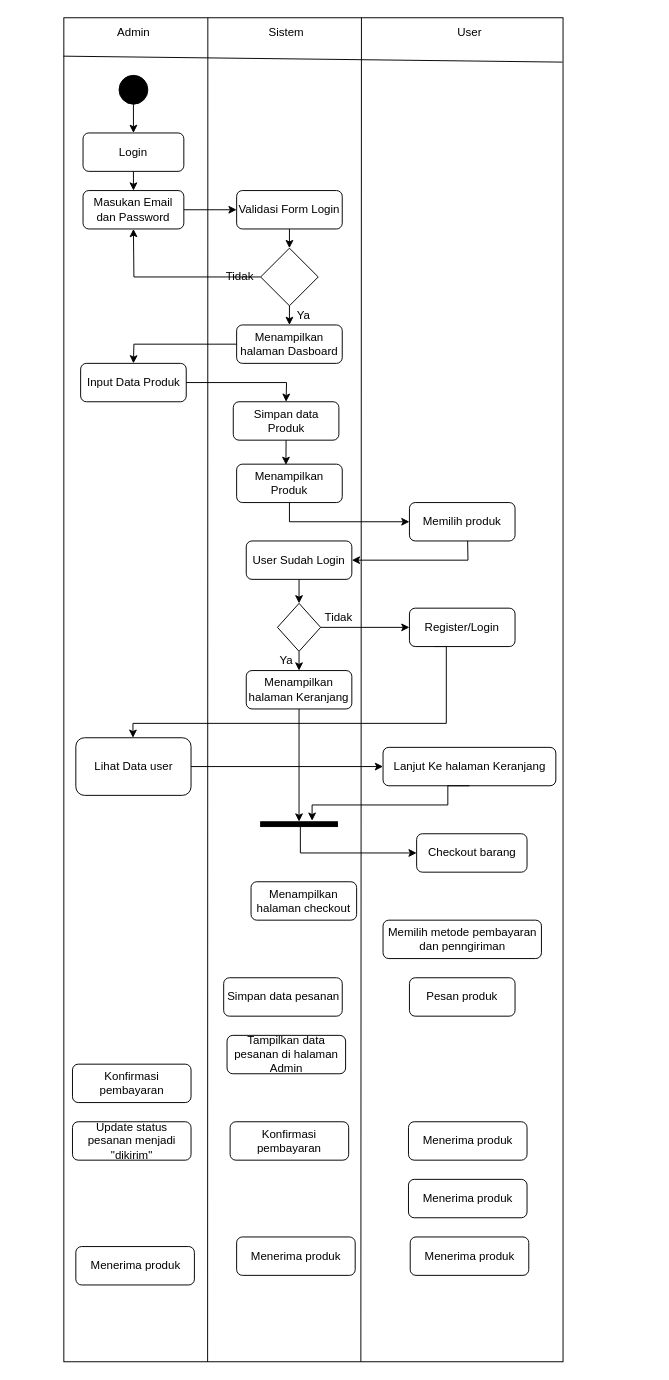
Earlier version of the draw.io diagram Diagram Tanpa Judul.drawio (NesyaAllysaPutri/tutorNesya). Source tidied: cells renumbered, new cells numbered last; positions are measured from the earlier drawing's top-left corner, leaving out a move shared by most shapes. Both pictures are drawn from the tidied source at 96%, with x=0, y=0 at pixel (63, 17).
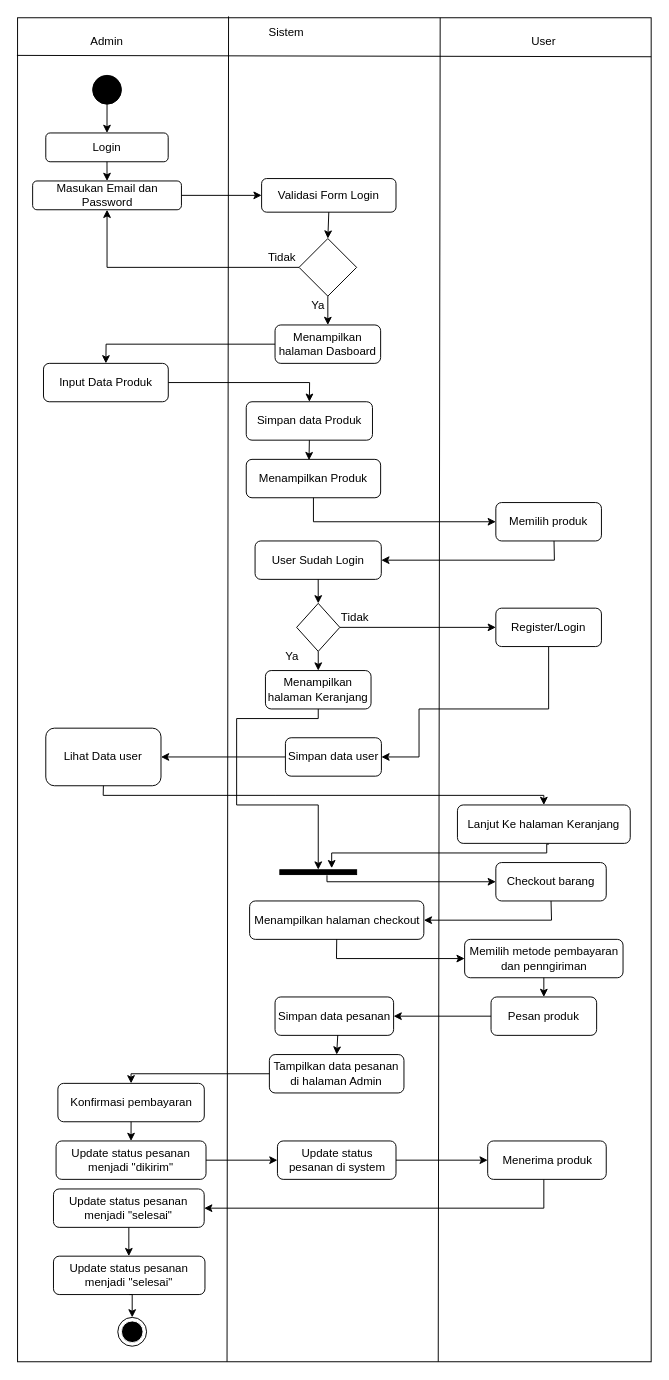
The same diagram, later.

What changed in the source:
```diff
@@
     <mxCell id="2" style="rounded=0;whiteSpace=wrap;html=1;" parent="1" vertex="1">
-      <mxGeometry width="520" height="1400" as="geometry" />
+      <mxGeometry x="-48.2" width="660" height="1400" as="geometry" />
     </mxCell>
     <mxCell id="3" value="User" style="text;html=1;align=center;verticalAlign=middle;whiteSpace=wrap;rounded=0;" parent="1" vertex="1">
-      <mxGeometry x="392.5" width="60" height="30" as="geometry" />
+      <mxGeometry x="470" y="10" width="60" height="30" as="geometry" />
     </mxCell>
     <mxCell id="4" value="Admin" style="text;html=1;align=center;verticalAlign=middle;whiteSpace=wrap;rounded=0;" parent="1" vertex="1">
-      <mxGeometry x="42.5" width="60" height="30" as="geometry" />
+      <mxGeometry x="15" y="10" width="60" height="30" as="geometry" />
     </mxCell>
@@
-    <mxCell id="6" style="endArrow=none;html=1;rounded=0;entryX=0.262;entryY=-0.002;entryDx=0;entryDy=0;entryPerimeter=0;exitX=0.595;exitY=1;exitDx=0;exitDy=0;exitPerimeter=0;" parent="1" edge="1" source="2">
+    <mxCell id="6" style="endArrow=none;html=1;rounded=0;entryX=0.667;entryY=0;entryDx=0;entryDy=0;entryPerimeter=0;" parent="1" edge="1" target="2">
       <mxGeometry relative="1" as="geometry">
-        <mxPoint x="310" as="targetPoint" />
+        <mxPoint x="390" y="1400" as="sourcePoint" />
       </mxGeometry>
     </mxCell>
-    <mxCell id="7" style="endArrow=none;html=1;rounded=0;exitX=0.288;exitY=1;exitDx=0;exitDy=0;exitPerimeter=0;" parent="1" edge="1" source="2">
+    <mxCell id="7" style="endArrow=none;html=1;rounded=0;entryX=0.333;entryY=-0.001;entryDx=0;entryDy=0;entryPerimeter=0;" parent="1" edge="1" target="2">
       <mxGeometry relative="1" as="geometry">
-        <mxPoint x="150" as="targetPoint" />
+        <mxPoint x="170" y="1400" as="sourcePoint" />
       </mxGeometry>
     </mxCell>
-    <mxCell id="8" style="endArrow=none;html=1;rounded=0;exitX=-0.001;exitY=0.083;exitDx=0;exitDy=0;exitPerimeter=0;entryX=0.999;entryY=0.033;entryDx=0;entryDy=0;entryPerimeter=0;" parent="1" edge="1" target="2">
-      <mxGeometry relative="1" as="geometry">
-        <mxPoint x="-0.5" y="40" as="sourcePoint" />
-      </mxGeometry>
+    <mxCell id="8" style="endArrow=none;html=1;rounded=0;exitX=-0.001;exitY=0.028;exitDx=0;exitDy=0;exitPerimeter=0;entryX=1;entryY=0.029;entryDx=0;entryDy=0;entryPerimeter=0;" parent="1" edge="1" source="2" target="2">
+      <mxGeometry relative="1" as="geometry" />
     </mxCell>
     <mxCell id="9" style="ellipse;whiteSpace=wrap;html=1;fillColor=#000000;" parent="1" vertex="1">
-      <mxGeometry x="57.5" y="60" width="30" height="30" as="geometry" />
+      <mxGeometry x="30" y="60" width="30" height="30" as="geometry" />
     </mxCell>
@@
     <mxCell id="11" value="Login" style="rounded=1;whiteSpace=wrap;html=1;" parent="1" vertex="1">
-      <mxGeometry x="20" y="120" width="105" height="40" as="geometry" />
+      <mxGeometry x="-18.8" y="120" width="127.5" height="30" as="geometry" />
     </mxCell>
     <mxCell id="12" value="Masukan Email dan Password" style="rounded=1;whiteSpace=wrap;html=1;" parent="1" vertex="1">
-      <mxGeometry x="20" y="180" width="105" height="40" as="geometry" />
+      <mxGeometry x="-32.5" y="170" width="155" height="30" as="geometry" />
     </mxCell>
     <mxCell id="13" value="Validasi Form Login" style="rounded=1;whiteSpace=wrap;html=1;" parent="1" vertex="1">
-      <mxGeometry x="180" y="180" width="110" height="40" as="geometry" />
+      <mxGeometry x="206" y="167.5" width="140" height="35" as="geometry" />
     </mxCell>
     <mxCell id="14" style="rhombus;whiteSpace=wrap;html=1;" parent="1" vertex="1">
-      <mxGeometry x="205" y="240" width="60" height="60" as="geometry" />
+      <mxGeometry x="245" y="230" width="60" height="60" as="geometry" />
     </mxCell>
@@
-    <mxCell id="16" style="endArrow=classic;html=1;rounded=0;exitX=1;exitY=0.5;exitDx=0;exitDy=0;" parent="1" edge="1" source="12">
-      <mxGeometry relative="1" as="geometry">
-        <mxPoint x="180" y="200" as="targetPoint" />
-      </mxGeometry>
+    <mxCell id="16" style="endArrow=classic;html=1;rounded=0;exitX=1;exitY=0.5;exitDx=0;exitDy=0;entryX=0;entryY=0.5;entryDx=0;entryDy=0;" parent="1" edge="1" source="12" target="13">
+      <mxGeometry relative="1" as="geometry" />
     </mxCell>
@@
     <mxCell id="18" style="endArrow=classic;html=1;rounded=0;exitX=0;exitY=0.5;exitDx=0;exitDy=0;entryX=0.5;entryY=1;entryDx=0;entryDy=0;" parent="1" edge="1" source="14" target="12">
       <mxGeometry relative="1" as="geometry">
         <Array as="points">
-          <mxPoint x="73" y="270" />
+          <mxPoint x="45" y="260" />
         </Array>
       </mxGeometry>
     </mxCell>
@@
     <mxCell id="20" value="Menampilkan halaman Dasboard" style="rounded=1;whiteSpace=wrap;html=1;" parent="1" vertex="1">
-      <mxGeometry x="180" y="320" width="110" height="40" as="geometry" />
+      <mxGeometry x="220" y="320" width="110" height="40" as="geometry" />
     </mxCell>
     <mxCell id="21" value="Ya" style="text;html=1;align=center;verticalAlign=middle;whiteSpace=wrap;rounded=0;" parent="1" vertex="1">
-      <mxGeometry x="235" y="300" width="30" height="20" as="geometry" />
+      <mxGeometry x="250" y="290" width="30" height="20" as="geometry" />
     </mxCell>
     <mxCell id="22" value="Tidak" style="text;html=1;align=center;verticalAlign=middle;whiteSpace=wrap;rounded=0;" parent="1" vertex="1">
-      <mxGeometry x="170" y="260" width="27" height="20" as="geometry" />
+      <mxGeometry x="214.1" y="240" width="27" height="20" as="geometry" />
     </mxCell>
     <mxCell id="23" value="Input Data Produk" style="rounded=1;whiteSpace=wrap;html=1;" parent="1" vertex="1">
-      <mxGeometry x="17.5" y="360" width="110" height="40" as="geometry" />
+      <mxGeometry x="-21.2" y="360" width="130" height="40" as="geometry" />
     </mxCell>
     <mxCell id="24" value="Simpan data Produk" style="rounded=1;whiteSpace=wrap;html=1;" parent="1" vertex="1">
-      <mxGeometry x="176.5" y="400" width="110" height="40" as="geometry" />
+      <mxGeometry x="190" y="400" width="131.5" height="40" as="geometry" />
     </mxCell>
     <mxCell id="25" value="Menampilkan Produk" style="rounded=1;whiteSpace=wrap;html=1;" parent="1" vertex="1">
-      <mxGeometry x="180" y="465" width="110" height="40" as="geometry" />
+      <mxGeometry x="190" y="460" width="140" height="40" as="geometry" />
     </mxCell>
     <mxCell id="26" value="Memilih produk" style="rounded=1;whiteSpace=wrap;html=1;" parent="1" vertex="1">
-      <mxGeometry x="360" y="505" width="110" height="40" as="geometry" />
+      <mxGeometry x="450" y="505" width="110" height="40" as="geometry" />
     </mxCell>
     <mxCell id="27" value="User Sudah Login" style="rounded=1;whiteSpace=wrap;html=1;" parent="1" vertex="1">
-      <mxGeometry x="190" y="545" width="110" height="40" as="geometry" />
+      <mxGeometry x="199.2" y="545" width="131.5" height="40" as="geometry" />
     </mxCell>
     <mxCell id="28" style="endArrow=classic;html=1;rounded=0;exitX=0;exitY=0.5;exitDx=0;exitDy=0;entryX=0.5;entryY=0;entryDx=0;entryDy=0;" parent="1" edge="1" source="20" target="23">
       <mxGeometry relative="1" as="geometry">
         <Array as="points">
-          <mxPoint x="73" y="340" />
+          <mxPoint x="44" y="340" />
         </Array>
       </mxGeometry>
     </mxCell>
     <mxCell id="29" style="endArrow=classic;html=1;rounded=0;entryX=0;entryY=0.5;entryDx=0;entryDy=0;exitX=0.5;exitY=1;exitDx=0;exitDy=0;" parent="1" edge="1" source="25" target="26">
       <mxGeometry relative="1" as="geometry">
         <Array as="points">
-          <mxPoint x="235" y="525" />
+          <mxPoint x="260" y="525" />
         </Array>
       </mxGeometry>
     </mxCell>
-    <mxCell id="30" style="edgeStyle=orthogonalEdgeStyle;rounded=0;orthogonalLoop=1;jettySize=auto;html=1;exitX=0.5;exitY=1;exitDx=0;exitDy=0;" parent="1" edge="1">
+    <mxCell id="30" style="edgeStyle=orthogonalEdgeStyle;rounded=0;jettySize=auto;html=1;exitX=0.5;exitY=1;exitDx=0;exitDy=0;entryX=1;entryY=0.5;entryDx=0;entryDy=0;" parent="1" edge="1" source="31" target="78">
       <mxGeometry relative="1" as="geometry">
-        <mxPoint x="385.4" y="655" as="sourcePoint" />
-        <mxPoint x="72" y="750" as="targetPoint" />
         <Array as="points">
-          <mxPoint x="398.4" y="655" />
-          <mxPoint x="398.4" y="735" />
-          <mxPoint x="71.4" y="735" />
+          <mxPoint x="505" y="720" />
+          <mxPoint x="370" y="720" />
+          <mxPoint x="370" y="770" />
         </Array>
       </mxGeometry>
     </mxCell>
     <mxCell id="31" value="Register/Login" style="rounded=1;whiteSpace=wrap;html=1;" parent="1" vertex="1">
-      <mxGeometry x="360" y="615" width="110" height="40" as="geometry" />
+      <mxGeometry x="450" y="615" width="110" height="40" as="geometry" />
     </mxCell>
     <mxCell id="32" value="Menampilkan halaman Keranjang" style="rounded=1;whiteSpace=wrap;html=1;" parent="1" vertex="1">
-      <mxGeometry x="190" y="680" width="110" height="40" as="geometry" />
+      <mxGeometry x="210" y="680" width="110" height="40" as="geometry" />
     </mxCell>
@@
     <mxCell id="34" style="endArrow=classic;html=1;rounded=0;entryX=1;entryY=0.5;entryDx=0;entryDy=0;exitX=0.551;exitY=1;exitDx=0;exitDy=0;exitPerimeter=0;" parent="1" edge="1" source="26" target="27">
       <mxGeometry relative="1" as="geometry">
         <Array as="points">
+          <mxPoint x="511" y="565" />
           <mxPoint x="421" y="565" />
         </Array>
       </mxGeometry>
     </mxCell>
     <mxCell id="35" value="Memilih metode pembayaran dan penngiriman" style="rounded=1;whiteSpace=wrap;html=1;" parent="1" vertex="1">
-      <mxGeometry x="332.5" y="940" width="165" height="40" as="geometry" />
+      <mxGeometry x="417.5" y="960" width="165" height="40" as="geometry" />
     </mxCell>
     <mxCell id="36" value="Pesan produk" style="rounded=1;whiteSpace=wrap;html=1;" parent="1" vertex="1">
-      <mxGeometry x="360" y="1000" width="110" height="40" as="geometry" />
+      <mxGeometry x="445" y="1020" width="110" height="40" as="geometry" />
     </mxCell>
     <mxCell id="37" value="Simpan data pesanan" style="rounded=1;whiteSpace=wrap;html=1;" parent="1" vertex="1">
-      <mxGeometry x="166.5" y="1000" width="123.5" height="40" as="geometry" />
+      <mxGeometry x="220" y="1020" width="123.5" height="40" as="geometry" />
     </mxCell>
     <mxCell id="38" value="Menampilkan halaman checkout" style="rounded=1;whiteSpace=wrap;html=1;" parent="1" vertex="1">
-      <mxGeometry x="195" y="900" width="110" height="40" as="geometry" />
+      <mxGeometry x="193.5" y="920" width="181.5" height="40" as="geometry" />
     </mxCell>
     <mxCell id="39" style="rhombus;whiteSpace=wrap;html=1;" parent="1" vertex="1">
-      <mxGeometry x="222.5" y="610" width="45" height="50" as="geometry" />
+      <mxGeometry x="242.5" y="610" width="45" height="50" as="geometry" />
     </mxCell>
-    <mxCell id="40" style="endArrow=classic;html=1;rounded=0;exitX=0.5;exitY=1;exitDx=0;exitDy=0;" parent="1" edge="1" source="27">
-      <mxGeometry relative="1" as="geometry">
-        <mxPoint x="245" y="610" as="targetPoint" />
-      </mxGeometry>
+    <mxCell id="40" style="endArrow=classic;html=1;rounded=0;exitX=0.5;exitY=1;exitDx=0;exitDy=0;entryX=0.5;entryY=0;entryDx=0;entryDy=0;" parent="1" edge="1" source="27" target="39">
+      <mxGeometry relative="1" as="geometry" />
     </mxCell>
     <mxCell id="41" value="Ya" style="text;html=1;align=center;verticalAlign=middle;whiteSpace=wrap;rounded=0;" parent="1" vertex="1">
-      <mxGeometry x="216.5" y="660" width="30" height="20" as="geometry" />
+      <mxGeometry x="222.5" y="655" width="30" height="20" as="geometry" />
     </mxCell>
     <mxCell id="42" value="Tidak" style="text;html=1;align=center;verticalAlign=middle;whiteSpace=wrap;rounded=0;" parent="1" vertex="1">
-      <mxGeometry x="273" y="615" width="27" height="20" as="geometry" />
+      <mxGeometry x="290" y="615" width="27" height="20" as="geometry" />
     </mxCell>
@@
     <mxCell id="44" style="html=1;points=[];perimeter=orthogonalPerimeter;fillColor=strokeColor;rotation=90;" parent="1" vertex="1">
-      <mxGeometry x="242.5" y="800" width="5" height="80" as="geometry" />
+      <mxGeometry x="262.5" y="850" width="5" height="80" as="geometry" />
     </mxCell>
-    <mxCell id="45" style="edgeStyle=orthogonalEdgeStyle;rounded=0;jettySize=auto;html=1;" parent="1" edge="1" source="46" target="49">
-      <mxGeometry relative="1" as="geometry" />
-    </mxCell>
     <mxCell id="46" value="Lihat Data user" style="whiteSpace=wrap;html=1;rounded=1;" parent="1" vertex="1">
-      <mxGeometry x="12.5" y="750" width="120" height="60" as="geometry" />
+      <mxGeometry x="-18.8" y="740" width="120" height="60" as="geometry" />
     </mxCell>
     <mxCell id="47" value="Checkout barang" style="whiteSpace=wrap;html=1;rounded=1;" parent="1" vertex="1">
-      <mxGeometry x="367.5" y="850" width="115" height="40" as="geometry" />
+      <mxGeometry x="450" y="880" width="115" height="40" as="geometry" />
     </mxCell>
@@
     <mxCell id="49" value="Lanjut Ke halaman Keranjang" style="whiteSpace=wrap;html=1;rounded=1;" parent="1" vertex="1">
-      <mxGeometry x="332.5" y="760" width="180" height="40" as="geometry" />
+      <mxGeometry x="410" y="820" width="180" height="40" as="geometry" />
     </mxCell>
     <mxCell id="50" style="edgeStyle=orthogonalEdgeStyle;rounded=0;jettySize=auto;html=1;exitX=0.5;exitY=1;exitDx=0;exitDy=0;entryX=-0.039;entryY=0.5;entryDx=0;entryDy=0;entryPerimeter=0;" parent="1" edge="1" source="32" target="44">
-      <mxGeometry relative="1" as="geometry" />
+      <mxGeometry relative="1" as="geometry">
+        <Array as="points">
+          <mxPoint x="265" y="730" />
+          <mxPoint x="180" y="730" />
+          <mxPoint x="180" y="820" />
+          <mxPoint x="265" y="820" />
+        </Array>
+      </mxGeometry>
     </mxCell>
-    <mxCell id="51" style="edgeStyle=orthogonalEdgeStyle;rounded=0;jettySize=auto;html=1;entryX=-0.213;entryY=0.33;entryDx=0;entryDy=0;entryPerimeter=0;exitX=0.5;exitY=1;exitDx=0;exitDy=0;" parent="1" edge="1" source="49" target="44">
+    <mxCell id="51" style="edgeStyle=orthogonalEdgeStyle;rounded=0;jettySize=auto;html=1;entryX=-0.326;entryY=0.325;entryDx=0;entryDy=0;entryPerimeter=0;exitX=0.529;exitY=1.02;exitDx=0;exitDy=0;exitPerimeter=0;" parent="1" edge="1" source="49" target="44">
       <mxGeometry relative="1" as="geometry">
         <Array as="points">
-          <mxPoint x="400" y="820" />
-          <mxPoint x="259" y="820" />
+          <mxPoint x="503" y="861" />
+          <mxPoint x="503" y="870" />
+          <mxPoint x="279" y="870" />
         </Array>
       </mxGeometry>
     </mxCell>
-    <mxCell id="52" style="edgeStyle=orthogonalEdgeStyle;rounded=0;jettySize=auto;html=1;exitX=0.833;exitY=0.483;exitDx=0;exitDy=0;entryX=0;entryY=0.5;entryDx=0;entryDy=0;exitPerimeter=0;" parent="1" edge="1" source="44" target="47">
-      <mxGeometry relative="1" as="geometry" />
+    <mxCell id="52" style="edgeStyle=orthogonalEdgeStyle;rounded=0;jettySize=auto;html=1;exitX=1.145;exitY=0.386;exitDx=0;exitDy=0;entryX=0;entryY=0.5;entryDx=0;entryDy=0;exitPerimeter=0;" parent="1" edge="1" source="44" target="47">
+      <mxGeometry relative="1" as="geometry">
+        <Array as="points">
+          <mxPoint x="274" y="900" />
+        </Array>
+      </mxGeometry>
     </mxCell>
     <mxCell id="53" style="endArrow=classic;html=1;rounded=0;exitX=1;exitY=0.5;exitDx=0;exitDy=0;entryX=0.5;entryY=0;entryDx=0;entryDy=0;" parent="1" edge="1" source="23" target="24">
       <mxGeometry relative="1" as="geometry">
         <Array as="points">
-          <mxPoint x="232" y="380" />
+          <mxPoint x="256" y="380" />
         </Array>
       </mxGeometry>
     </mxCell>
     <mxCell id="54" value="Tampilkan data pesanan di halaman Admin" style="rounded=1;whiteSpace=wrap;html=1;" parent="1" vertex="1">
-      <mxGeometry x="170" y="1060" width="123.5" height="40" as="geometry" />
+      <mxGeometry x="214.1" y="1080" width="140.2" height="40" as="geometry" />
     </mxCell>
     <mxCell id="55" value="Konfirmasi pembayaran" style="rounded=1;whiteSpace=wrap;html=1;" parent="1" vertex="1">
-      <mxGeometry x="9" y="1090" width="123.5" height="40" as="geometry" />
+      <mxGeometry x="-6.2" y="1110" width="152.5" height="40" as="geometry" />
     </mxCell>
+    <mxCell id="63" style="edgeStyle=orthogonalEdgeStyle;rounded=0;jettySize=auto;html=1;" parent="1" edge="1" source="56" target="57">
+      <mxGeometry relative="1" as="geometry" />
+    </mxCell>
     <mxCell id="56" value="Update status pesanan menjadi &quot;dikirim&quot;" style="rounded=1;whiteSpace=wrap;html=1;" parent="1" vertex="1">
-      <mxGeometry x="9" y="1150" width="123.5" height="40" as="geometry" />
+      <mxGeometry x="-8.1" y="1170" width="156.2" height="40" as="geometry" />
     </mxCell>
+    <mxCell id="64" style="edgeStyle=orthogonalEdgeStyle;rounded=0;jettySize=auto;html=1;" parent="1" edge="1" source="57" target="58">
+      <mxGeometry relative="1" as="geometry" />
+    </mxCell>
-    <mxCell id="57" value="Konfirmasi pembayaran" style="rounded=1;whiteSpace=wrap;html=1;" parent="1" vertex="1">
-      <mxGeometry x="173.2" y="1150" width="123.5" height="40" as="geometry" />
+    <mxCell id="57" value="Update status pesanan di system" style="rounded=1;whiteSpace=wrap;html=1;" parent="1" vertex="1">
+      <mxGeometry x="222.5" y="1170" width="123.5" height="40" as="geometry" />
     </mxCell>
+    <mxCell id="65" style="edgeStyle=orthogonalEdgeStyle;rounded=0;jettySize=auto;html=1;entryX=1;entryY=0.5;entryDx=0;entryDy=0;" parent="1" edge="1" source="58" target="62">
+      <mxGeometry relative="1" as="geometry">
+        <Array as="points">
+          <mxPoint x="500" y="1240" />
+        </Array>
+      </mxGeometry>
+    </mxCell>
     <mxCell id="58" value="Menerima produk" style="rounded=1;whiteSpace=wrap;html=1;" parent="1" vertex="1">
-      <mxGeometry x="359" y="1150" width="123.5" height="40" as="geometry" />
+      <mxGeometry x="441.5" y="1170" width="123.5" height="40" as="geometry" />
     </mxCell>
-    <mxCell id="59" value="Menerima produk" style="rounded=1;whiteSpace=wrap;html=1;" parent="1" vertex="1">
-      <mxGeometry x="359" y="1210" width="123.5" height="40" as="geometry" />
-    </mxCell>
-    <mxCell id="60" value="Menerima produk" style="rounded=1;whiteSpace=wrap;html=1;" parent="1" vertex="1">
-      <mxGeometry x="360.8" y="1270" width="123.5" height="40" as="geometry" />
-    </mxCell>
-    <mxCell id="61" value="Menerima produk" style="rounded=1;whiteSpace=wrap;html=1;" parent="1" vertex="1">
-      <mxGeometry x="180" y="1270" width="123.5" height="40" as="geometry" />
-    </mxCell>
+    <mxCell id="66" style="edgeStyle=orthogonalEdgeStyle;rounded=0;jettySize=auto;html=1;" parent="1" edge="1" source="62" target="67">
+      <mxGeometry relative="1" as="geometry">
+        <Array as="points">
+          <mxPoint x="68" y="1260" />
+          <mxPoint x="68" y="1260" />
+        </Array>
+      </mxGeometry>
+    </mxCell>
-    <mxCell id="62" value="Menerima produk" style="rounded=1;whiteSpace=wrap;html=1;" parent="1" vertex="1">
-      <mxGeometry x="12.5" y="1280" width="123.5" height="40" as="geometry" />
+    <mxCell id="62" value="Update status pesanan menjadi &quot;selesai&quot;" style="rounded=1;whiteSpace=wrap;html=1;" parent="1" vertex="1">
+      <mxGeometry x="-10.8" y="1220" width="157" height="40" as="geometry" />
     </mxCell>
+    <mxCell id="67" value="Update status pesanan menjadi &quot;selesai&quot;" style="rounded=1;whiteSpace=wrap;html=1;" parent="1" vertex="1">
+      <mxGeometry x="-10.8" y="1290" width="157.8" height="40" as="geometry" />
+    </mxCell>
+    <mxCell id="68" style="ellipse;whiteSpace=wrap;html=1;fillColor=#FFFFFF;" parent="1" vertex="1">
+      <mxGeometry x="56.2" y="1353.8" width="30" height="30" as="geometry" />
+    </mxCell>
+    <mxCell id="69" style="ellipse;whiteSpace=wrap;html=1;fillColor=#000000;strokeColor=#FFFFFF;" parent="1" vertex="1">
+      <mxGeometry x="60" y="1357.5" width="22.5" height="22.5" as="geometry" />
+    </mxCell>
+    <mxCell id="70" style="endArrow=classic;html=1;rounded=0;entryX=1;entryY=0.5;entryDx=0;entryDy=0;exitX=0.5;exitY=1;exitDx=0;exitDy=0;" parent="1" edge="1" source="47" target="38">
+      <mxGeometry relative="1" as="geometry">
+        <Array as="points">
+          <mxPoint x="508" y="940" />
+        </Array>
+      </mxGeometry>
+    </mxCell>
+    <mxCell id="71" style="endArrow=classic;html=1;rounded=0;entryX=0;entryY=0.5;entryDx=0;entryDy=0;exitX=0.5;exitY=1;exitDx=0;exitDy=0;" parent="1" edge="1" source="38" target="35">
+      <mxGeometry relative="1" as="geometry">
+        <Array as="points">
+          <mxPoint x="284" y="980" />
+        </Array>
+      </mxGeometry>
+    </mxCell>
+    <mxCell id="72" style="endArrow=classic;html=1;rounded=0;entryX=0.5;entryY=0;entryDx=0;entryDy=0;exitX=0.5;exitY=1;exitDx=0;exitDy=0;" parent="1" edge="1" source="35" target="36">
+      <mxGeometry relative="1" as="geometry" />
+    </mxCell>
+    <mxCell id="73" style="endArrow=classic;html=1;rounded=0;entryX=1;entryY=0.5;entryDx=0;entryDy=0;exitX=0;exitY=0.5;exitDx=0;exitDy=0;" parent="1" edge="1" source="36" target="37">
+      <mxGeometry relative="1" as="geometry" />
+    </mxCell>
+    <mxCell id="74" style="endArrow=classic;html=1;rounded=0;entryX=0.5;entryY=0;entryDx=0;entryDy=0;exitX=0;exitY=0.5;exitDx=0;exitDy=0;" parent="1" edge="1" source="54" target="55">
+      <mxGeometry relative="1" as="geometry">
+        <Array as="points">
+          <mxPoint x="70" y="1100" />
+        </Array>
+      </mxGeometry>
+    </mxCell>
+    <mxCell id="75" style="endArrow=classic;html=1;rounded=0;entryX=0.5;entryY=0;entryDx=0;entryDy=0;exitX=0.5;exitY=1;exitDx=0;exitDy=0;" parent="1" edge="1" source="55" target="56">
+      <mxGeometry relative="1" as="geometry" />
+    </mxCell>
+    <mxCell id="76" style="endArrow=classic;html=1;rounded=0;entryX=0.5;entryY=0;entryDx=0;entryDy=0;exitX=0.529;exitY=0.992;exitDx=0;exitDy=0;exitPerimeter=0;" parent="1" edge="1" source="37" target="54">
+      <mxGeometry relative="1" as="geometry" />
+    </mxCell>
+    <mxCell id="77" style="edgeStyle=orthogonalEdgeStyle;rounded=0;jettySize=auto;html=1;exitX=0.5;exitY=1;exitDx=0;exitDy=0;entryX=0.5;entryY=0;entryDx=0;entryDy=0;" parent="1" edge="1" source="67" target="68">
+      <mxGeometry relative="1" as="geometry">
+        <Array as="points">
+          <mxPoint x="71" y="1330" />
+        </Array>
+      </mxGeometry>
+    </mxCell>
+    <mxCell id="78" value="Simpan data user" style="whiteSpace=wrap;html=1;rounded=1;" parent="1" vertex="1">
+      <mxGeometry x="230.8" y="750" width="100" height="40" as="geometry" />
+    </mxCell>
+    <mxCell id="79" style="edgeStyle=orthogonalEdgeStyle;rounded=0;jettySize=auto;html=1;exitX=0;exitY=0.5;exitDx=0;exitDy=0;entryX=1;entryY=0.5;entryDx=0;entryDy=0;" parent="1" edge="1" source="78" target="46">
+      <mxGeometry relative="1" as="geometry">
+        <Array as="points">
+          <mxPoint x="101" y="770" />
+        </Array>
+      </mxGeometry>
+    </mxCell>
+    <mxCell id="45" style="endArrow=classic;html=1;rounded=0;exitX=0.5;exitY=1;exitDx=0;exitDy=0;entryX=0.5;entryY=0;entryDx=0;entryDy=0;" parent="1" edge="1" source="46" target="49">
+      <mxGeometry relative="1" as="geometry">
+        <Array as="points">
+          <mxPoint x="41" y="810" />
+          <mxPoint x="220" y="810" />
+          <mxPoint x="500" y="810" />
+        </Array>
+      </mxGeometry>
+    </mxCell>
```
